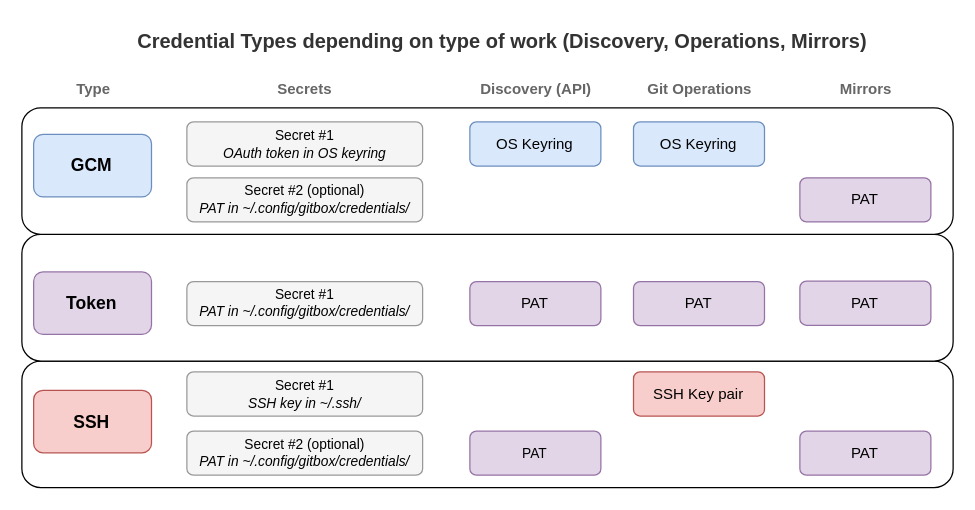
This is docs/diagrams/credential-types.drawio from LuisPalacios/gitbox, a draw.io file, before an edit. Source tidied: cells renumbered, new cells numbered last; positions are measured from the earlier drawing's top-left corner, leaving out a move shared by most shapes. Both pictures are drawn from the tidied source at 125%, with x=0, y=0 at pixel (21, 21).
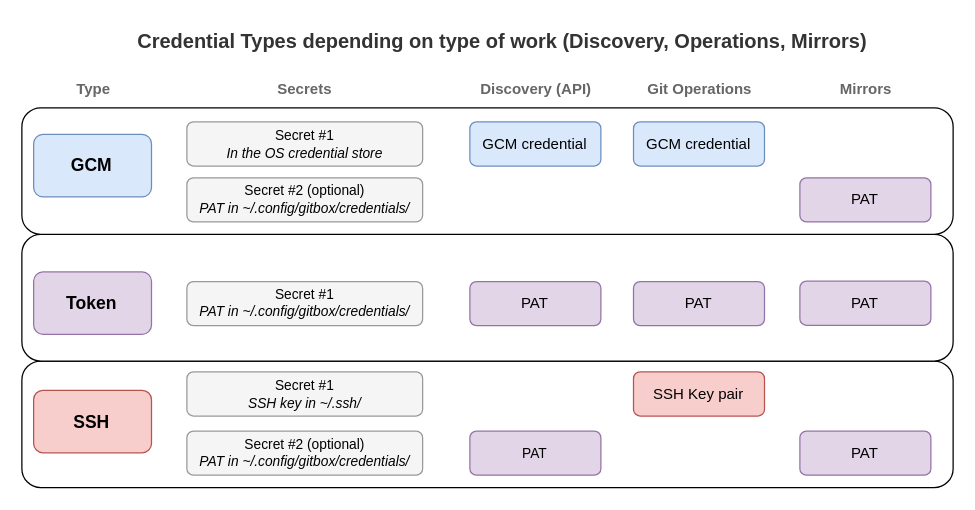
The same diagram, later.

Commit message (it also covers changes not shown here):
fix(ci): make the macOS signing gate resolve; refresh credential diagrams (#160)

The change refers to these unchanged cells:
```xml
<mxCell id="2" style="group;" parent="1" vertex="1">
  <mxGeometry width="745" height="372.6" as="geometry" />
</mxCell>
```

The edit, as a diff of the source:
```diff
@@
-    <mxCell id="15" value="Secret #1&lt;br&gt;&lt;i&gt;OAuth token in OS keyring&lt;/i&gt;" style="rounded=1;whiteSpace=wrap;html=1;fillColor=#f5f5f5;strokeColor=#999999;fontSize=11;" parent="2" vertex="1">
+    <mxCell id="15" value="Secret #1&lt;br&gt;&lt;i&gt;In the OS credential store&lt;/i&gt;" style="rounded=1;whiteSpace=wrap;html=1;fillColor=#f5f5f5;strokeColor=#999999;fontSize=11;" parent="2" vertex="1">
       <mxGeometry x="132" y="80" width="188.6" height="35.3" as="geometry" />
     </mxCell>
-    <mxCell id="16" value="&lt;span style=&quot;font-weight: normal;&quot;&gt;OS Keyring&lt;/span&gt;" style="rounded=1;whiteSpace=wrap;html=1;fillColor=#dae8fc;strokeColor=#6c8ebf;fontSize=12;fontStyle=1;" parent="2" vertex="1">
+    <mxCell id="16" value="&lt;span style=&quot;font-weight: normal;&quot;&gt;GCM credential&lt;/span&gt;" style="rounded=1;whiteSpace=wrap;html=1;fillColor=#dae8fc;strokeColor=#6c8ebf;fontSize=12;fontStyle=1;" parent="2" vertex="1">
       <mxGeometry x="358.4" y="80" width="104.8" height="35.3" as="geometry" />
     </mxCell>
-    <mxCell id="17" value="&lt;span style=&quot;font-weight: 400;&quot;&gt;OS Keyring&lt;/span&gt;" style="rounded=1;whiteSpace=wrap;html=1;fillColor=#dae8fc;strokeColor=#6c8ebf;fontSize=12;fontStyle=1;" parent="2" vertex="1">
+    <mxCell id="17" value="&lt;span style=&quot;font-weight: 400;&quot;&gt;GCM credential&lt;/span&gt;" style="rounded=1;whiteSpace=wrap;html=1;fillColor=#dae8fc;strokeColor=#6c8ebf;fontSize=12;fontStyle=1;" parent="2" vertex="1">
       <mxGeometry x="489.3" y="80" width="104.8" height="35.3" as="geometry" />
     </mxCell>
```
